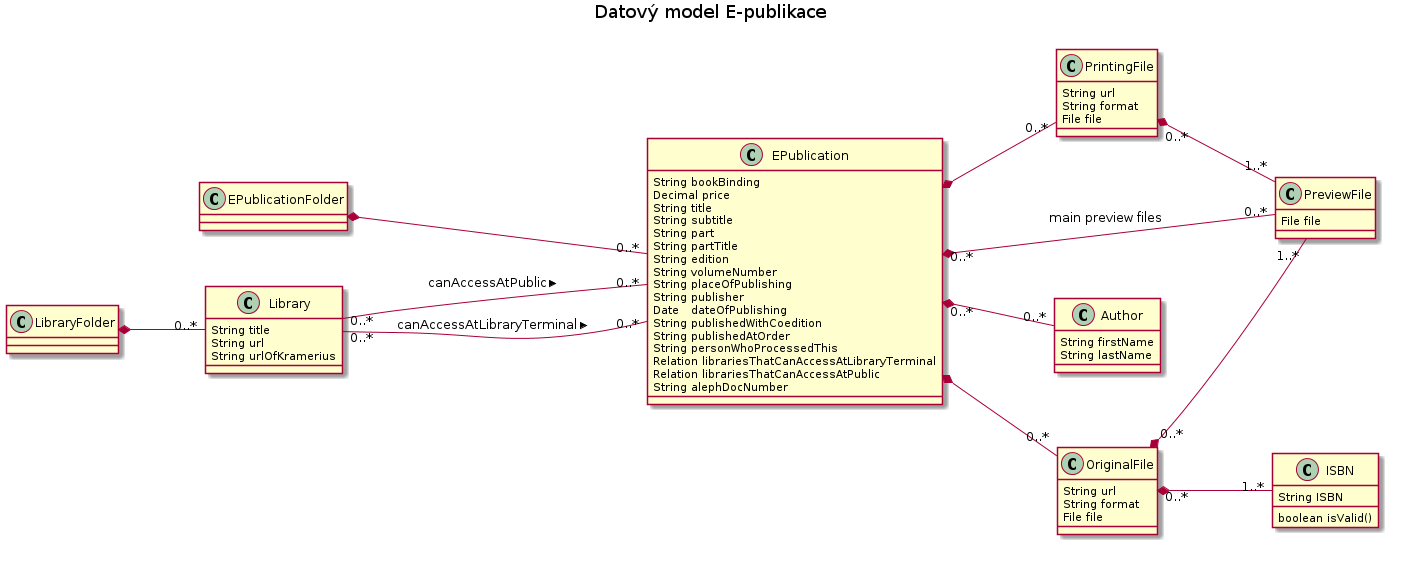
edeposit/edeposit.policy keeps this PlantUML diagram as docs/dm01.png. Above is the earlier version.
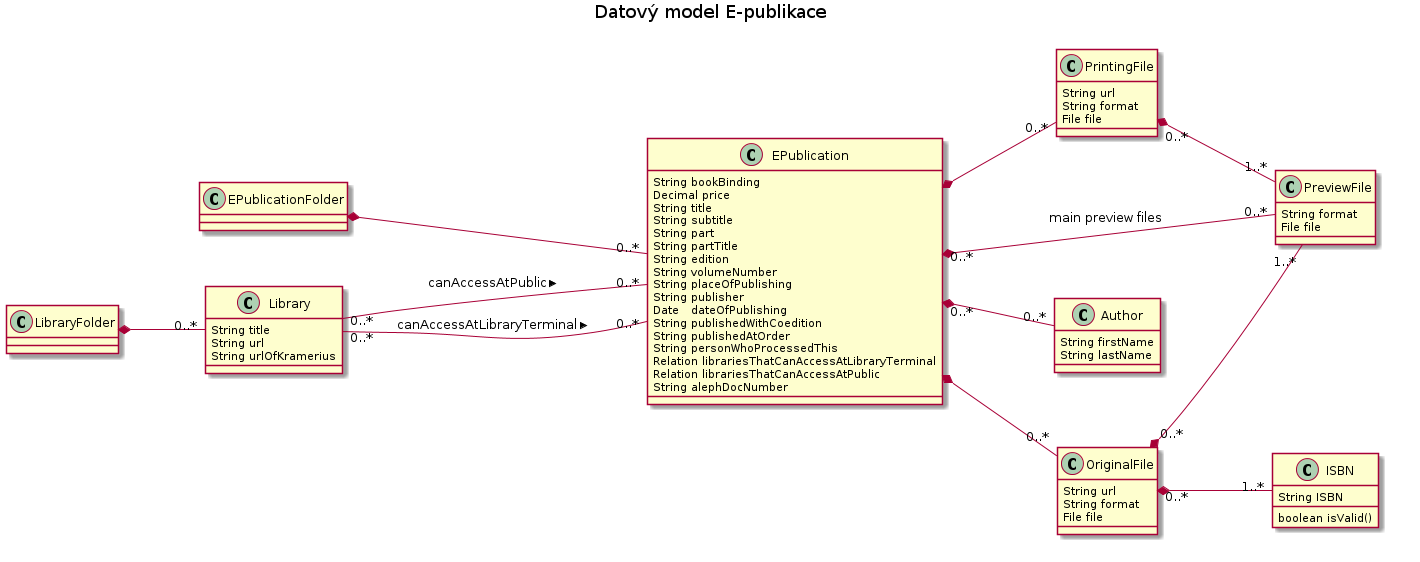
After the commit.

Commit message:
extended preview file

Change to the diagram source:
```diff
@@ -15,6 +15,7 @@
 }
 
 class PreviewFile {
+      String format
       File file
 }
 
```
